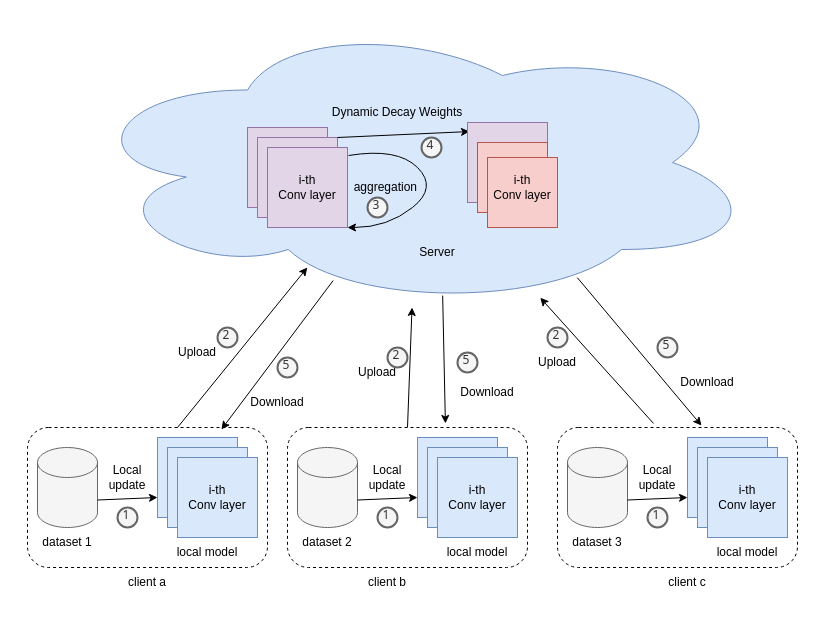
Above: page "Page-1" (1 of 3) of .github/Untitled Diagram.drawio in 2235425067/ExpressLRS (draw.io), before the change. Source tidied: cells renumbered, new cells numbered last; positions are measured from the earlier drawing's top-left corner, leaving out a move shared by most shapes. Both pictures are drawn from the tidied source at 100%, with x=0, y=0 at pixel (27, 17).
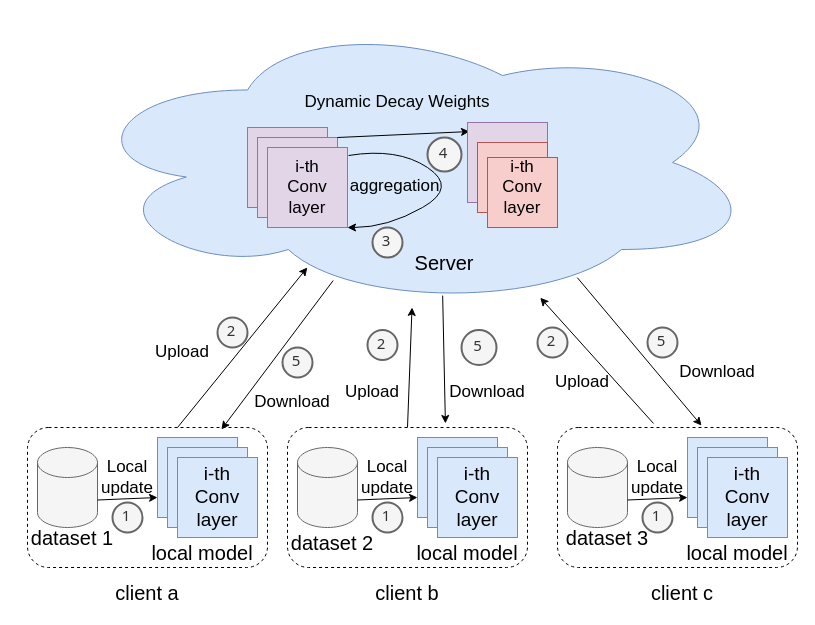
The same diagram, later.

Unchanged cells that the change refers to:
```xml
<mxCell id="45" style="whiteSpace=wrap;html=1;fillColor=#e1d5e7;strokeColor=#9673a6;" parent="1" vertex="1">
  <mxGeometry x="240" y="130" width="80" height="80" as="geometry" />
</mxCell>
```

Change to the diagram source:
```diff
@@
-    <mxCell id="6" value="client a" style="text;html=1;strokeColor=none;fillColor=none;align=center;verticalAlign=middle;whiteSpace=wrap;rounded=0;" parent="1" vertex="1">
-      <mxGeometry x="90" y="550" width="60" height="30" as="geometry" />
+    <mxCell id="6" value="&lt;font style=&quot;font-size: 20px;&quot;&gt;client a&lt;/font&gt;" style="text;html=1;strokeColor=none;fillColor=none;align=center;verticalAlign=middle;whiteSpace=wrap;rounded=0;" parent="1" vertex="1">
+      <mxGeometry x="65" y="560" width="110" height="30" as="geometry" />
     </mxCell>
-    <mxCell id="7" value="client b" style="text;html=1;strokeColor=none;fillColor=none;align=center;verticalAlign=middle;whiteSpace=wrap;rounded=0;" parent="1" vertex="1">
-      <mxGeometry x="330" y="550" width="60" height="30" as="geometry" />
-    </mxCell>
-    <mxCell id="8" value="client c" style="text;html=1;strokeColor=none;fillColor=none;align=center;verticalAlign=middle;whiteSpace=wrap;rounded=0;" parent="1" vertex="1">
-      <mxGeometry x="630" y="550" width="60" height="30" as="geometry" />
-    </mxCell>
@@
-    <mxCell id="12" value="i-th &lt;br&gt;Conv layer" style="text;html=1;strokeColor=none;fillColor=none;align=center;verticalAlign=middle;whiteSpace=wrap;rounded=0;fontSize=12;" parent="1" vertex="1">
+    <mxCell id="12" value="&lt;font style=&quot;font-size: 19px;&quot;&gt;i-th &lt;br&gt;Conv layer&lt;/font&gt;" style="text;html=1;strokeColor=none;fillColor=none;align=center;verticalAlign=middle;whiteSpace=wrap;rounded=0;fontSize=12;" parent="1" vertex="1">
       <mxGeometry x="160" y="465" width="60" height="30" as="geometry" />
     </mxCell>
@@
-    <mxCell id="14" value="Server" style="text;html=1;strokeColor=none;fillColor=none;align=center;verticalAlign=middle;whiteSpace=wrap;rounded=0;fontSize=12;" parent="1" vertex="1">
-      <mxGeometry x="380" y="220" width="60" height="30" as="geometry" />
+    <mxCell id="14" value="&lt;font style=&quot;font-size: 20px;&quot;&gt;Server&lt;/font&gt;" style="text;html=1;strokeColor=none;fillColor=none;align=center;verticalAlign=middle;whiteSpace=wrap;rounded=0;fontSize=12;" parent="1" vertex="1">
+      <mxGeometry x="387" y="230" width="60" height="30" as="geometry" />
     </mxCell>
@@
-    <mxCell id="17" value="Local update" style="text;html=1;strokeColor=none;fillColor=none;align=center;verticalAlign=middle;whiteSpace=wrap;rounded=0;fontSize=12;" parent="1" vertex="1">
+    <mxCell id="17" value="&lt;font style=&quot;font-size: 17px;&quot;&gt;Local update&lt;/font&gt;" style="text;html=1;strokeColor=none;fillColor=none;align=center;verticalAlign=middle;whiteSpace=wrap;rounded=0;fontSize=12;" parent="1" vertex="1">
       <mxGeometry x="70" y="445" width="60" height="30" as="geometry" />
     </mxCell>
-    <mxCell id="18" value="1" style="ellipse;whiteSpace=wrap;html=1;strokeWidth=2;fontFamily=Tahoma;spacingBottom=4;spacingRight=2;rounded=1;fontSize=12;fillColor=#f5f5f5;fontColor=#333333;strokeColor=#666666;" parent="1" vertex="1">
-      <mxGeometry x="90" y="490" width="20" height="20" as="geometry" />
+    <mxCell id="18" value="&lt;font style=&quot;font-size: 15px;&quot;&gt;1&lt;/font&gt;" style="ellipse;whiteSpace=wrap;html=1;strokeWidth=2;fontFamily=Tahoma;spacingBottom=4;spacingRight=2;rounded=1;fontSize=12;fillColor=#f5f5f5;fontColor=#333333;strokeColor=#666666;" parent="1" vertex="1">
+      <mxGeometry x="85" y="485" width="30" height="30" as="geometry" />
     </mxCell>
-    <mxCell id="19" value="dataset 1" style="text;html=1;strokeColor=none;fillColor=none;align=center;verticalAlign=middle;whiteSpace=wrap;rounded=0;fontSize=12;" parent="1" vertex="1">
-      <mxGeometry x="10" y="510" width="60" height="30" as="geometry" />
+    <mxCell id="19" value="&lt;font style=&quot;font-size: 20px;&quot;&gt;dataset 1&lt;/font&gt;" style="text;html=1;strokeColor=none;fillColor=none;align=center;verticalAlign=middle;whiteSpace=wrap;rounded=0;fontSize=12;" parent="1" vertex="1">
+      <mxGeometry x="-10" y="510" width="110" height="20" as="geometry" />
     </mxCell>
@@
-    <mxCell id="24" value="i-th &lt;br&gt;Conv layer" style="text;html=1;strokeColor=none;fillColor=none;align=center;verticalAlign=middle;whiteSpace=wrap;rounded=0;fontSize=12;" parent="1" vertex="1">
+    <mxCell id="24" value="&lt;font style=&quot;font-size: 19px;&quot;&gt;i-th &lt;br&gt;Conv layer&lt;/font&gt;" style="text;html=1;strokeColor=none;fillColor=none;align=center;verticalAlign=middle;whiteSpace=wrap;rounded=0;fontSize=12;" parent="1" vertex="1">
       <mxGeometry x="420" y="465" width="60" height="30" as="geometry" />
     </mxCell>
@@
-    <mxCell id="27" value="Local update" style="text;html=1;strokeColor=none;fillColor=none;align=center;verticalAlign=middle;whiteSpace=wrap;rounded=0;fontSize=12;" parent="1" vertex="1">
+    <mxCell id="27" value="&lt;font style=&quot;font-size: 17px;&quot;&gt;Local update&lt;/font&gt;" style="text;html=1;strokeColor=none;fillColor=none;align=center;verticalAlign=middle;whiteSpace=wrap;rounded=0;fontSize=12;" parent="1" vertex="1">
       <mxGeometry x="330" y="445" width="60" height="30" as="geometry" />
     </mxCell>
-    <mxCell id="28" value="1" style="ellipse;whiteSpace=wrap;html=1;strokeWidth=2;fontFamily=Tahoma;spacingBottom=4;spacingRight=2;rounded=1;fontSize=12;fillColor=#f5f5f5;fontColor=#333333;strokeColor=#666666;" parent="1" vertex="1">
-      <mxGeometry x="350" y="490" width="20" height="20" as="geometry" />
+    <mxCell id="28" value="&lt;font style=&quot;font-size: 15px;&quot;&gt;1&lt;/font&gt;" style="ellipse;whiteSpace=wrap;html=1;strokeWidth=2;fontFamily=Tahoma;spacingBottom=4;spacingRight=2;rounded=1;fontSize=12;fillColor=#f5f5f5;fontColor=#333333;strokeColor=#666666;" parent="1" vertex="1">
+      <mxGeometry x="345" y="485" width="30" height="30" as="geometry" />
     </mxCell>
-    <mxCell id="29" value="dataset 2" style="text;html=1;strokeColor=none;fillColor=none;align=center;verticalAlign=middle;whiteSpace=wrap;rounded=0;fontSize=12;" parent="1" vertex="1">
-      <mxGeometry x="270" y="510" width="60" height="30" as="geometry" />
+    <mxCell id="29" value="&lt;font style=&quot;font-size: 20px;&quot;&gt;dataset 2&lt;/font&gt;" style="text;html=1;strokeColor=none;fillColor=none;align=center;verticalAlign=middle;whiteSpace=wrap;rounded=0;fontSize=12;" parent="1" vertex="1">
+      <mxGeometry x="260" y="510" width="90" height="30" as="geometry" />
     </mxCell>
@@
-    <mxCell id="34" value="i-th &lt;br&gt;Conv layer" style="text;html=1;strokeColor=none;fillColor=none;align=center;verticalAlign=middle;whiteSpace=wrap;rounded=0;fontSize=12;" parent="1" vertex="1">
+    <mxCell id="34" value="&lt;font style=&quot;font-size: 19px;&quot;&gt;i-th &lt;br&gt;Conv layer&lt;/font&gt;" style="text;html=1;strokeColor=none;fillColor=none;align=center;verticalAlign=middle;whiteSpace=wrap;rounded=0;fontSize=12;" parent="1" vertex="1">
       <mxGeometry x="690" y="465" width="60" height="30" as="geometry" />
     </mxCell>
@@
-    <mxCell id="37" value="Local update" style="text;html=1;strokeColor=none;fillColor=none;align=center;verticalAlign=middle;whiteSpace=wrap;rounded=0;fontSize=12;" parent="1" vertex="1">
+    <mxCell id="37" value="&lt;font style=&quot;font-size: 17px;&quot;&gt;Local update&lt;/font&gt;" style="text;html=1;strokeColor=none;fillColor=none;align=center;verticalAlign=middle;whiteSpace=wrap;rounded=0;fontSize=12;" parent="1" vertex="1">
       <mxGeometry x="600" y="445" width="60" height="30" as="geometry" />
     </mxCell>
-    <mxCell id="38" value="1" style="ellipse;whiteSpace=wrap;html=1;strokeWidth=2;fontFamily=Tahoma;spacingBottom=4;spacingRight=2;rounded=1;fontSize=12;fillColor=#f5f5f5;fontColor=#333333;strokeColor=#666666;" parent="1" vertex="1">
-      <mxGeometry x="620" y="490" width="20" height="20" as="geometry" />
+    <mxCell id="38" value="&lt;font style=&quot;font-size: 15px;&quot;&gt;1&lt;/font&gt;" style="ellipse;whiteSpace=wrap;html=1;strokeWidth=2;fontFamily=Tahoma;spacingBottom=4;spacingRight=2;rounded=1;fontSize=12;fillColor=#f5f5f5;fontColor=#333333;strokeColor=#666666;" parent="1" vertex="1">
+      <mxGeometry x="615" y="485" width="30" height="30" as="geometry" />
     </mxCell>
-    <mxCell id="39" value="dataset 3" style="text;html=1;strokeColor=none;fillColor=none;align=center;verticalAlign=middle;whiteSpace=wrap;rounded=0;fontSize=12;" parent="1" vertex="1">
-      <mxGeometry x="540" y="510" width="60" height="30" as="geometry" />
+    <mxCell id="39" value="&lt;font style=&quot;font-size: 20px;&quot;&gt;dataset 3&lt;/font&gt;" style="text;html=1;strokeColor=none;fillColor=none;align=center;verticalAlign=middle;whiteSpace=wrap;rounded=0;fontSize=12;" parent="1" vertex="1">
+      <mxGeometry x="530" y="505" width="100" height="30" as="geometry" />
     </mxCell>
-    <mxCell id="40" value="local model" style="text;html=1;strokeColor=none;fillColor=none;align=center;verticalAlign=middle;whiteSpace=wrap;rounded=0;fontSize=12;" parent="1" vertex="1">
-      <mxGeometry x="140" y="520" width="80" height="30" as="geometry" />
+    <mxCell id="40" value="&lt;font style=&quot;font-size: 20px;&quot;&gt;local model&lt;/font&gt;" style="text;html=1;strokeColor=none;fillColor=none;align=center;verticalAlign=middle;whiteSpace=wrap;rounded=0;fontSize=12;" parent="1" vertex="1">
+      <mxGeometry x="115" y="520" width="120" height="30" as="geometry" />
     </mxCell>
-    <mxCell id="41" value="local model" style="text;html=1;strokeColor=none;fillColor=none;align=center;verticalAlign=middle;whiteSpace=wrap;rounded=0;fontSize=12;" parent="1" vertex="1">
-      <mxGeometry x="410" y="520" width="80" height="30" as="geometry" />
-    </mxCell>
-    <mxCell id="42" value="local model" style="text;html=1;strokeColor=none;fillColor=none;align=center;verticalAlign=middle;whiteSpace=wrap;rounded=0;fontSize=12;" parent="1" vertex="1">
-      <mxGeometry x="680" y="520" width="80" height="30" as="geometry" />
-    </mxCell>
@@
-    <mxCell id="46" value="i-th &lt;br&gt;Conv layer" style="text;html=1;strokeColor=none;fillColor=none;align=center;verticalAlign=middle;whiteSpace=wrap;rounded=0;fontSize=12;" parent="1" vertex="1">
+    <mxCell id="46" value="&lt;font style=&quot;font-size: 17px;&quot;&gt;i-th &lt;br&gt;Conv layer&lt;/font&gt;" style="text;html=1;strokeColor=none;fillColor=none;align=center;verticalAlign=middle;whiteSpace=wrap;rounded=0;fontSize=12;" parent="1" vertex="1">
       <mxGeometry x="250" y="155" width="60" height="30" as="geometry" />
     </mxCell>
     <mxCell id="47" style="curved=1;endArrow=classic;html=1;rounded=0;fontSize=12;exitX=1.013;exitY=0.1;exitDx=0;exitDy=0;exitPerimeter=0;entryX=1;entryY=1;entryDx=0;entryDy=0;" parent="1" edge="1" source="45" target="45">
       <mxGeometry relative="1" as="geometry">
         <Array as="points">
           <mxPoint x="370" y="130" />
-          <mxPoint x="410" y="170" />
+          <mxPoint x="430" y="170" />
           <mxPoint x="360" y="210" />
         </Array>
       </mxGeometry>
     </mxCell>
@@
-    <mxCell id="52" value="i-th &lt;br&gt;Conv layer" style="text;html=1;strokeColor=none;fillColor=none;align=center;verticalAlign=middle;whiteSpace=wrap;rounded=0;fontSize=12;" parent="1" vertex="1">
+    <mxCell id="52" value="&lt;font style=&quot;font-size: 17px;&quot;&gt;i-th &lt;br&gt;Conv layer&lt;/font&gt;" style="text;html=1;strokeColor=none;fillColor=none;align=center;verticalAlign=middle;whiteSpace=wrap;rounded=0;fontSize=12;" parent="1" vertex="1">
       <mxGeometry x="465" y="155" width="60" height="30" as="geometry" />
     </mxCell>
@@
-    <mxCell id="56" value="Dynamic Decay Weights" style="text;html=1;strokeColor=none;fillColor=none;align=center;verticalAlign=middle;whiteSpace=wrap;rounded=0;fontSize=12;" parent="1" vertex="1">
-      <mxGeometry x="290" y="80" width="160" height="30" as="geometry" />
+    <mxCell id="56" value="&lt;font style=&quot;font-size: 17px;&quot;&gt;Dynamic Decay Weights&lt;/font&gt;" style="text;html=1;strokeColor=none;fillColor=none;align=center;verticalAlign=middle;whiteSpace=wrap;rounded=0;fontSize=12;" parent="1" vertex="1">
+      <mxGeometry x="270" y="70" width="200" height="30" as="geometry" />
     </mxCell>
-    <mxCell id="57" value="aggregation&amp;nbsp;" style="text;html=1;strokeColor=none;fillColor=none;align=center;verticalAlign=middle;whiteSpace=wrap;rounded=0;fontSize=12;" parent="1" vertex="1">
-      <mxGeometry x="330" y="155" width="60" height="30" as="geometry" />
+    <mxCell id="57" value="&lt;font style=&quot;font-size: 17px;&quot;&gt;aggregation&amp;nbsp;&lt;/font&gt;" style="text;html=1;strokeColor=none;fillColor=none;align=center;verticalAlign=middle;whiteSpace=wrap;rounded=0;fontSize=12;" parent="1" vertex="1">
+      <mxGeometry x="340" y="154" width="60" height="30" as="geometry" />
     </mxCell>
-    <mxCell id="58" value="Upload" style="text;html=1;strokeColor=none;fillColor=none;align=center;verticalAlign=middle;whiteSpace=wrap;rounded=0;fontSize=12;" parent="1" vertex="1">
-      <mxGeometry x="140" y="320" width="60" height="30" as="geometry" />
+    <mxCell id="58" value="&lt;font style=&quot;font-size: 17px;&quot;&gt;Upload&lt;/font&gt;" style="text;html=1;strokeColor=none;fillColor=none;align=center;verticalAlign=middle;whiteSpace=wrap;rounded=0;fontSize=12;" parent="1" vertex="1">
+      <mxGeometry x="110" y="320" width="90" height="30" as="geometry" />
     </mxCell>
-    <mxCell id="59" value="Upload" style="text;html=1;strokeColor=none;fillColor=none;align=center;verticalAlign=middle;whiteSpace=wrap;rounded=0;fontSize=12;" parent="1" vertex="1">
-      <mxGeometry x="320" y="340" width="60" height="30" as="geometry" />
-    </mxCell>
-    <mxCell id="60" value="Upload" style="text;html=1;strokeColor=none;fillColor=none;align=center;verticalAlign=middle;whiteSpace=wrap;rounded=0;fontSize=12;" parent="1" vertex="1">
-      <mxGeometry x="500" y="330" width="60" height="30" as="geometry" />
-    </mxCell>
-    <mxCell id="61" value="Download" style="text;html=1;strokeColor=none;fillColor=none;align=center;verticalAlign=middle;whiteSpace=wrap;rounded=0;fontSize=12;" parent="1" vertex="1">
-      <mxGeometry x="220" y="370" width="60" height="30" as="geometry" />
-    </mxCell>
-    <mxCell id="62" value="Download" style="text;html=1;strokeColor=none;fillColor=none;align=center;verticalAlign=middle;whiteSpace=wrap;rounded=0;fontSize=12;" parent="1" vertex="1">
+    <mxCell id="62" value="&lt;font style=&quot;font-size: 17px;&quot;&gt;Download&lt;/font&gt;" style="text;html=1;strokeColor=none;fillColor=none;align=center;verticalAlign=middle;whiteSpace=wrap;rounded=0;fontSize=12;" parent="1" vertex="1">
       <mxGeometry x="430" y="360" width="60" height="30" as="geometry" />
     </mxCell>
-    <mxCell id="63" value="Download" style="text;html=1;strokeColor=none;fillColor=none;align=center;verticalAlign=middle;whiteSpace=wrap;rounded=0;fontSize=12;" parent="1" vertex="1">
-      <mxGeometry x="650" y="350" width="60" height="30" as="geometry" />
-    </mxCell>
-    <mxCell id="64" value="2" style="ellipse;whiteSpace=wrap;html=1;strokeWidth=2;fontFamily=Tahoma;spacingBottom=4;spacingRight=2;rounded=1;fontSize=12;fillColor=#f5f5f5;fontColor=#333333;strokeColor=#666666;" parent="1" vertex="1">
-      <mxGeometry x="190" y="310" width="20" height="20" as="geometry" />
+    <mxCell id="64" value="&lt;font style=&quot;font-size: 15px;&quot;&gt;2&lt;/font&gt;" style="ellipse;whiteSpace=wrap;html=1;strokeWidth=2;fontFamily=Tahoma;spacingBottom=4;spacingRight=2;rounded=1;fontSize=12;fillColor=#f5f5f5;fontColor=#333333;strokeColor=#666666;" parent="1" vertex="1">
+      <mxGeometry x="190" y="300" width="30" height="30" as="geometry" />
     </mxCell>
-    <mxCell id="65" value="2" style="ellipse;whiteSpace=wrap;html=1;strokeWidth=2;fontFamily=Tahoma;spacingBottom=4;spacingRight=2;rounded=1;fontSize=12;fillColor=#f5f5f5;fontColor=#333333;strokeColor=#666666;" parent="1" vertex="1">
-      <mxGeometry x="360" y="330" width="20" height="20" as="geometry" />
+    <mxCell id="65" value="&lt;font style=&quot;font-size: 15px;&quot;&gt;2&lt;/font&gt;" style="ellipse;whiteSpace=wrap;html=1;strokeWidth=2;fontFamily=Tahoma;spacingBottom=4;spacingRight=2;rounded=1;fontSize=12;fillColor=#f5f5f5;fontColor=#333333;strokeColor=#666666;" parent="1" vertex="1">
+      <mxGeometry x="340" y="312.5" width="30" height="30" as="geometry" />
     </mxCell>
-    <mxCell id="66" value="2" style="ellipse;whiteSpace=wrap;html=1;strokeWidth=2;fontFamily=Tahoma;spacingBottom=4;spacingRight=2;rounded=1;fontSize=12;fillColor=#f5f5f5;fontColor=#333333;strokeColor=#666666;" parent="1" vertex="1">
-      <mxGeometry x="520" y="310" width="20" height="20" as="geometry" />
+    <mxCell id="66" value="&lt;font style=&quot;font-size: 15px;&quot;&gt;2&lt;/font&gt;" style="ellipse;whiteSpace=wrap;html=1;strokeWidth=2;fontFamily=Tahoma;spacingBottom=4;spacingRight=2;rounded=1;fontSize=12;fillColor=#f5f5f5;fontColor=#333333;strokeColor=#666666;" parent="1" vertex="1">
+      <mxGeometry x="510" y="310" width="30" height="30" as="geometry" />
     </mxCell>
-    <mxCell id="67" value="3" style="ellipse;whiteSpace=wrap;html=1;strokeWidth=2;fontFamily=Tahoma;spacingBottom=4;spacingRight=2;strokeColor=#666666;rounded=1;fontSize=12;fillColor=#f5f5f5;fontColor=#333333;" parent="1" vertex="1">
-      <mxGeometry x="340" y="180" width="20" height="20" as="geometry" />
+    <mxCell id="67" value="&lt;font style=&quot;font-size: 15px;&quot;&gt;3&lt;/font&gt;" style="ellipse;whiteSpace=wrap;html=1;strokeWidth=2;fontFamily=Tahoma;spacingBottom=4;spacingRight=2;strokeColor=#666666;rounded=1;fontSize=12;fillColor=#f5f5f5;fontColor=#333333;" parent="1" vertex="1">
+      <mxGeometry x="345" y="210" width="30" height="30" as="geometry" />
     </mxCell>
-    <mxCell id="68" value="4" style="ellipse;whiteSpace=wrap;html=1;strokeWidth=2;fontFamily=Tahoma;spacingBottom=4;spacingRight=2;strokeColor=#666666;rounded=1;fontSize=12;fillColor=#f5f5f5;fontColor=#333333;" parent="1" vertex="1">
-      <mxGeometry x="394" y="120" width="20" height="20" as="geometry" />
+    <mxCell id="68" value="&lt;font style=&quot;font-size: 15px;&quot;&gt;4&lt;/font&gt;" style="ellipse;whiteSpace=wrap;html=1;strokeWidth=2;fontFamily=Tahoma;spacingBottom=4;spacingRight=2;strokeColor=#666666;rounded=1;fontSize=12;fillColor=#f5f5f5;fontColor=#333333;" parent="1" vertex="1">
+      <mxGeometry x="400" y="120" width="34" height="34" as="geometry" />
     </mxCell>
-    <mxCell id="69" value="5" style="ellipse;whiteSpace=wrap;html=1;strokeWidth=2;fontFamily=Tahoma;spacingBottom=4;spacingRight=2;strokeColor=#666666;rounded=1;fontSize=12;fillColor=#f5f5f5;fontColor=#333333;" parent="1" vertex="1">
-      <mxGeometry x="250" y="340" width="20" height="20" as="geometry" />
+    <mxCell id="69" value="&lt;font style=&quot;font-size: 15px;&quot;&gt;5&lt;/font&gt;" style="ellipse;whiteSpace=wrap;html=1;strokeWidth=2;fontFamily=Tahoma;spacingBottom=4;spacingRight=2;strokeColor=#666666;rounded=1;fontSize=12;fillColor=#f5f5f5;fontColor=#333333;" parent="1" vertex="1">
+      <mxGeometry x="255" y="330" width="30" height="30" as="geometry" />
     </mxCell>
-    <mxCell id="70" value="5" style="ellipse;whiteSpace=wrap;html=1;strokeWidth=2;fontFamily=Tahoma;spacingBottom=4;spacingRight=2;strokeColor=#666666;rounded=1;fontSize=12;fillColor=#f5f5f5;fontColor=#333333;" parent="1" vertex="1">
-      <mxGeometry x="430" y="335" width="20" height="20" as="geometry" />
+    <mxCell id="70" value="&lt;font style=&quot;font-size: 15px;&quot;&gt;5&lt;/font&gt;" style="ellipse;whiteSpace=wrap;html=1;strokeWidth=2;fontFamily=Tahoma;spacingBottom=4;spacingRight=2;strokeColor=#666666;rounded=1;fontSize=12;fillColor=#f5f5f5;fontColor=#333333;" parent="1" vertex="1">
+      <mxGeometry x="434" y="312.5" width="35" height="35" as="geometry" />
     </mxCell>
-    <mxCell id="71" value="5" style="ellipse;whiteSpace=wrap;html=1;strokeWidth=2;fontFamily=Tahoma;spacingBottom=4;spacingRight=2;strokeColor=#666666;rounded=1;fontSize=12;fillColor=#f5f5f5;fontColor=#333333;" parent="1" vertex="1">
-      <mxGeometry x="630" y="320" width="20" height="20" as="geometry" />
+    <mxCell id="71" value="&lt;font style=&quot;font-size: 15px;&quot;&gt;5&lt;/font&gt;" style="ellipse;whiteSpace=wrap;html=1;strokeWidth=2;fontFamily=Tahoma;spacingBottom=4;spacingRight=2;strokeColor=#666666;rounded=1;fontSize=12;fillColor=#f5f5f5;fontColor=#333333;" parent="1" vertex="1">
+      <mxGeometry x="620" y="310" width="30" height="30" as="geometry" />
     </mxCell>
+    <mxCell id="72" value="&lt;font style=&quot;font-size: 20px;&quot;&gt;local model&lt;/font&gt;" style="text;html=1;strokeColor=none;fillColor=none;align=center;verticalAlign=middle;whiteSpace=wrap;rounded=0;fontSize=12;" parent="1" vertex="1">
+      <mxGeometry x="380" y="520" width="120" height="30" as="geometry" />
+    </mxCell>
+    <mxCell id="73" value="&lt;font style=&quot;font-size: 20px;&quot;&gt;local model&lt;/font&gt;" style="text;html=1;strokeColor=none;fillColor=none;align=center;verticalAlign=middle;whiteSpace=wrap;rounded=0;fontSize=12;" parent="1" vertex="1">
+      <mxGeometry x="650" y="520" width="120" height="30" as="geometry" />
+    </mxCell>
+    <mxCell id="7" value="&lt;font style=&quot;font-size: 20px;&quot;&gt;client b&lt;/font&gt;" style="text;html=1;strokeColor=none;fillColor=none;align=center;verticalAlign=middle;whiteSpace=wrap;rounded=0;" parent="1" vertex="1">
+      <mxGeometry x="325" y="560" width="110" height="30" as="geometry" />
+    </mxCell>
+    <mxCell id="8" value="&lt;font style=&quot;font-size: 20px;&quot;&gt;client c&lt;/font&gt;" style="text;html=1;strokeColor=none;fillColor=none;align=center;verticalAlign=middle;whiteSpace=wrap;rounded=0;" parent="1" vertex="1">
+      <mxGeometry x="600" y="560" width="110" height="30" as="geometry" />
+    </mxCell>
+    <mxCell id="74" value="&lt;font style=&quot;font-size: 17px;&quot;&gt;Upload&lt;/font&gt;" style="text;html=1;strokeColor=none;fillColor=none;align=center;verticalAlign=middle;whiteSpace=wrap;rounded=0;fontSize=12;" parent="1" vertex="1">
+      <mxGeometry x="300" y="360" width="90" height="30" as="geometry" />
+    </mxCell>
+    <mxCell id="75" value="&lt;font style=&quot;font-size: 17px;&quot;&gt;Upload&lt;/font&gt;" style="text;html=1;strokeColor=none;fillColor=none;align=center;verticalAlign=middle;whiteSpace=wrap;rounded=0;fontSize=12;" parent="1" vertex="1">
+      <mxGeometry x="510" y="350" width="90" height="30" as="geometry" />
+    </mxCell>
+    <mxCell id="76" value="&lt;font style=&quot;font-size: 17px;&quot;&gt;Download&lt;/font&gt;" style="text;html=1;strokeColor=none;fillColor=none;align=center;verticalAlign=middle;whiteSpace=wrap;rounded=0;fontSize=12;" parent="1" vertex="1">
+      <mxGeometry x="235" y="370" width="60" height="30" as="geometry" />
+    </mxCell>
+    <mxCell id="77" value="&lt;font style=&quot;font-size: 17px;&quot;&gt;Download&lt;/font&gt;" style="text;html=1;strokeColor=none;fillColor=none;align=center;verticalAlign=middle;whiteSpace=wrap;rounded=0;fontSize=12;" parent="1" vertex="1">
+      <mxGeometry x="660" y="340" width="60" height="30" as="geometry" />
+    </mxCell>
```
